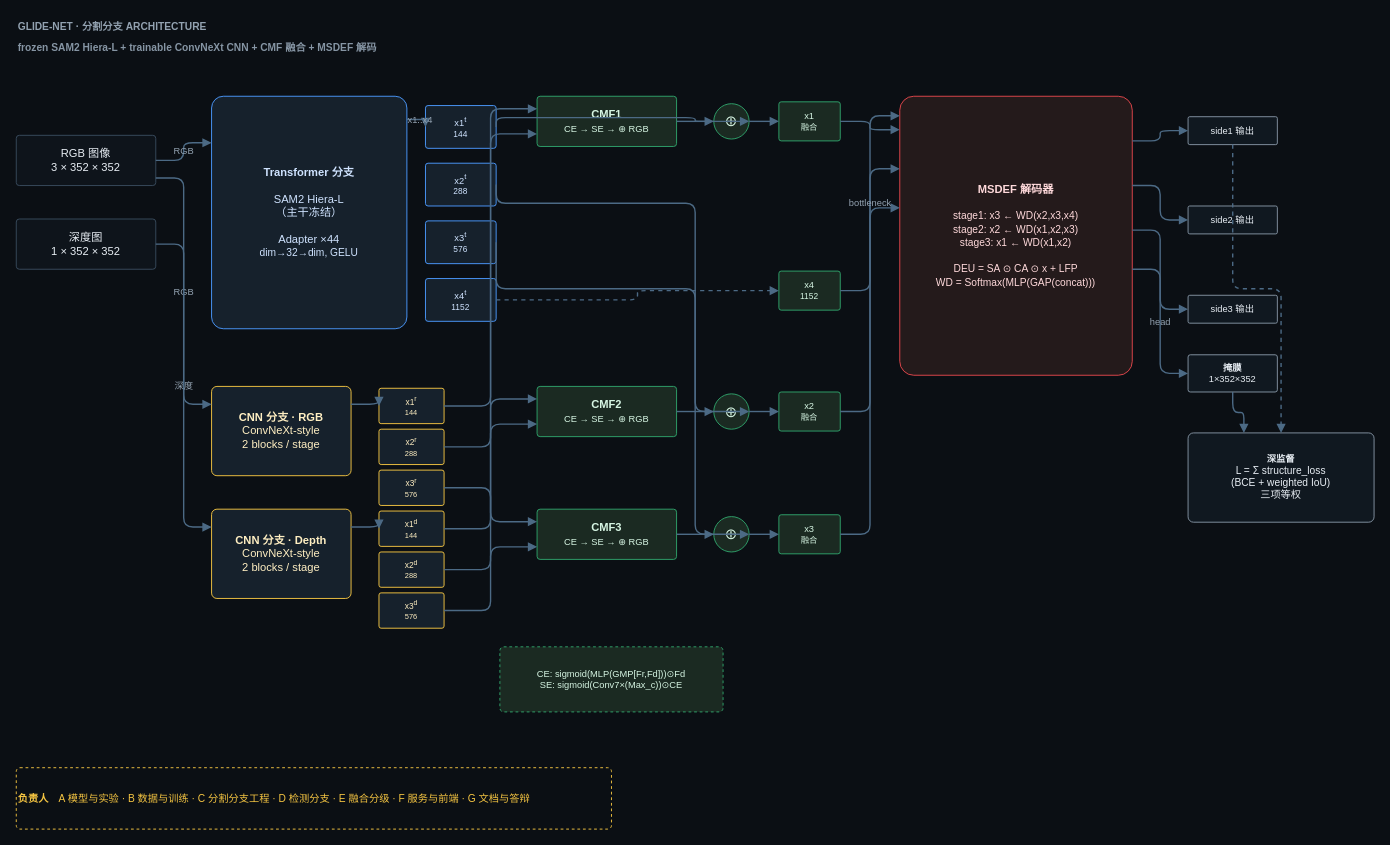
Above: docs/assets/glide-net-architecture.drawio in relight-developer/GLIDE-Net (draw.io), before the change. Source tidied: cells renumbered, new cells numbered last; positions are measured from the earlier drawing's top-left corner, leaving out a move shared by most shapes. Both pictures are drawn from the tidied source at 93%, with x=0, y=0 at pixel (16, 16).
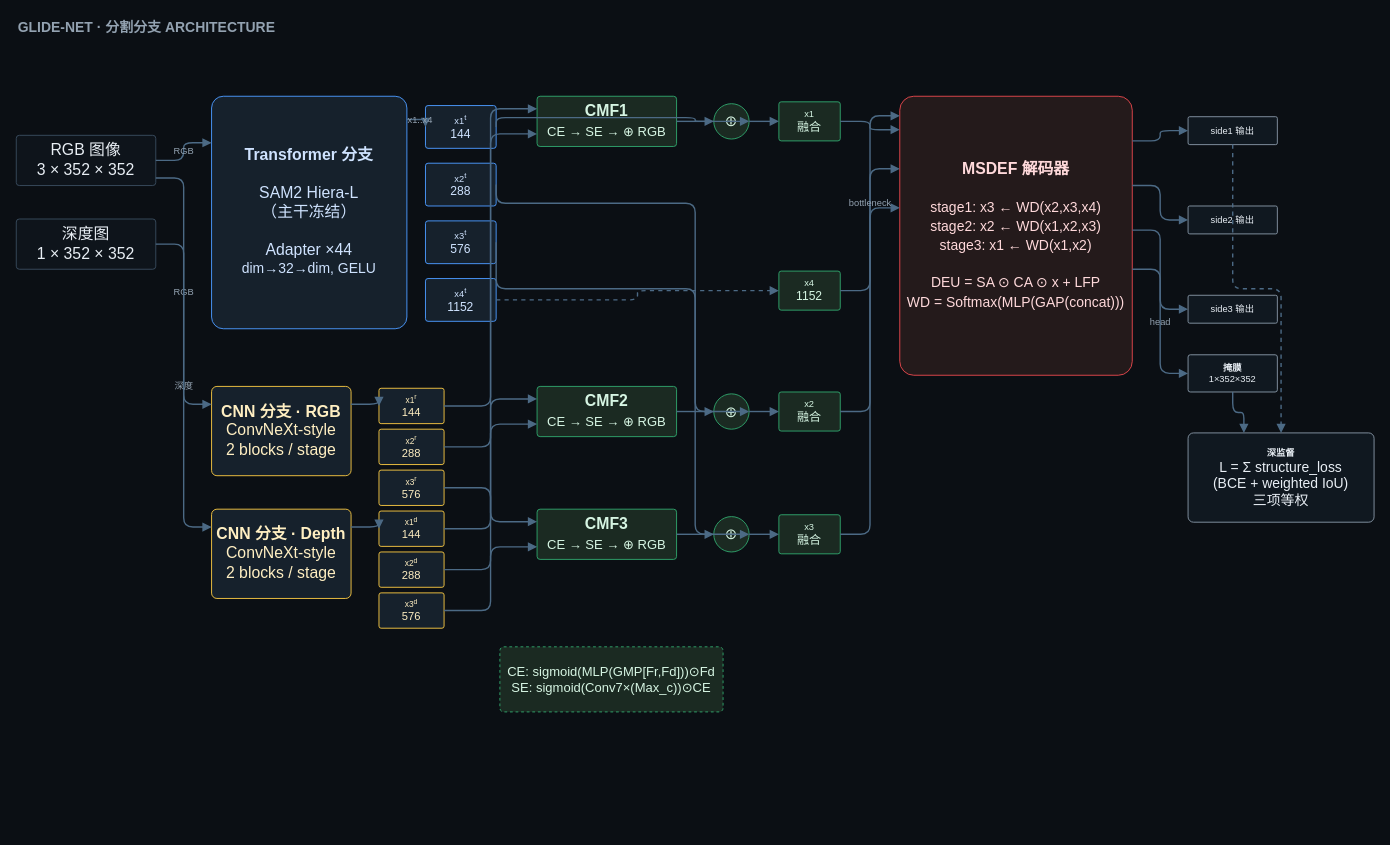
The same page after the edit.

What changed in the source:
```diff
@@
-    <mxCell id="2" value="GLIDE-NET · 分割分支 ARCHITECTURE" style="text;html=1;align=left;verticalAlign=middle;fontColor=#93A2B1;fontSize=11;fontFamily=Helvetica;fontStyle=1;letterSpacing=1;" parent="1" vertex="1">
+    <mxCell id="2" value="GLIDE-NET · 分割分支 ARCHITECTURE" style="text;html=1;align=left;verticalAlign=middle;fontColor=#93A2B1;fontSize=15;fontFamily=Helvetica;fontStyle=1;letterSpacing=1;" parent="1" vertex="1">
       <mxGeometry width="700" height="22" as="geometry" />
     </mxCell>
-    <mxCell id="3" value="frozen SAM2 Hiera-L + trainable ConvNeXt CNN + CMF 融合 + MSDEF 解码" style="text;html=1;align=left;verticalAlign=middle;fontColor=#8695A4;fontSize=11;fontFamily=Helvetica;fontStyle=1;letterSpacing=1;" parent="1" vertex="1">
-      <mxGeometry y="24" width="900" height="20" as="geometry" />
-    </mxCell>
-    <mxCell id="4" value="RGB 图像&#10;3 × 352 × 352" style="rounded=1;whiteSpace=wrap;html=1;fillColor=#0E141B;strokeColor=#3A4C5E;fontColor=#E8EEF4;fontFamily=Helvetica;fontSize=12;verticalAlign=middle;arcSize=6;" parent="1" vertex="1">
+    <mxCell id="4" value="RGB 图像&#10;3 × 352 × 352" style="rounded=1;whiteSpace=wrap;html=1;fillColor=#0E141B;strokeColor=#3A4C5E;fontColor=#E8EEF4;fontFamily=Helvetica;fontSize=17;verticalAlign=middle;arcSize=6;" parent="1" vertex="1">
       <mxGeometry y="128" width="150" height="54" as="geometry" />
     </mxCell>
-    <mxCell id="5" value="深度图&#10;1 × 352 × 352" style="rounded=1;whiteSpace=wrap;html=1;fillColor=#0E141B;strokeColor=#3A4C5E;fontColor=#E8EEF4;fontFamily=Helvetica;fontSize=12;verticalAlign=middle;arcSize=6;" parent="1" vertex="1">
+    <mxCell id="5" value="深度图&#10;1 × 352 × 352" style="rounded=1;whiteSpace=wrap;html=1;fillColor=#0E141B;strokeColor=#3A4C5E;fontColor=#E8EEF4;fontFamily=Helvetica;fontSize=17;verticalAlign=middle;arcSize=6;" parent="1" vertex="1">
       <mxGeometry y="218" width="150" height="54" as="geometry" />
     </mxCell>
-    <mxCell id="6" value="&lt;b&gt;Transformer 分支&lt;/b&gt;&lt;br/&gt;&lt;br/&gt;SAM2 Hiera-L&lt;br/&gt;（主干冻结）&lt;br/&gt;&lt;br/&gt;Adapter ×44&lt;br/&gt;&lt;span style='font-size:11px'&gt;dim→32→dim, GELU&lt;/span&gt;" style="rounded=1;whiteSpace=wrap;html=1;fillColor=#16212C;strokeColor=#4C9AFF;fontColor=#CFE3FF;fontFamily=Helvetica;fontSize=12;verticalAlign=middle;arcSize=6;" parent="1" vertex="1">
+    <mxCell id="6" value="&lt;b&gt;Transformer 分支&lt;/b&gt;&lt;br/&gt;&lt;br/&gt;SAM2 Hiera-L&lt;br/&gt;（主干冻结）&lt;br/&gt;&lt;br/&gt;Adapter ×44&lt;br/&gt;&lt;span style='font-size:15px'&gt;dim→32→dim, GELU&lt;/span&gt;" style="rounded=1;whiteSpace=wrap;html=1;fillColor=#16212C;strokeColor=#4C9AFF;fontColor=#CFE3FF;fontFamily=Helvetica;fontSize=17;verticalAlign=middle;arcSize=6;" parent="1" vertex="1">
       <mxGeometry x="210" y="86" width="210" height="250" as="geometry" />
     </mxCell>
-    <mxCell id="7" value="x1&lt;sup&gt;t&lt;/sup&gt;&lt;br/&gt;&lt;span style='font-size:9px'&gt;144&lt;/span&gt;" style="rounded=1;whiteSpace=wrap;html=1;fillColor=#16212C;strokeColor=#4C9AFF;fontColor=#CFE3FF;fontFamily=Helvetica;fontSize=12;verticalAlign=middle;arcSize=6;fontSize=10;" parent="1" vertex="1">
+    <mxCell id="7" value="x1&lt;sup&gt;t&lt;/sup&gt;&lt;br/&gt;&lt;span style='font-size:13px'&gt;144&lt;/span&gt;" style="rounded=1;whiteSpace=wrap;html=1;fillColor=#16212C;strokeColor=#4C9AFF;fontColor=#CFE3FF;fontFamily=Helvetica;fontSize=17;verticalAlign=middle;arcSize=6;fontSize=10;" parent="1" vertex="1">
       <mxGeometry x="440" y="96" width="76" height="46" as="geometry" />
     </mxCell>
-    <mxCell id="8" value="x2&lt;sup&gt;t&lt;/sup&gt;&lt;br/&gt;&lt;span style='font-size:9px'&gt;288&lt;/span&gt;" style="rounded=1;whiteSpace=wrap;html=1;fillColor=#16212C;strokeColor=#4C9AFF;fontColor=#CFE3FF;fontFamily=Helvetica;fontSize=12;verticalAlign=middle;arcSize=6;fontSize=10;" parent="1" vertex="1">
+    <mxCell id="8" value="x2&lt;sup&gt;t&lt;/sup&gt;&lt;br/&gt;&lt;span style='font-size:13px'&gt;288&lt;/span&gt;" style="rounded=1;whiteSpace=wrap;html=1;fillColor=#16212C;strokeColor=#4C9AFF;fontColor=#CFE3FF;fontFamily=Helvetica;fontSize=17;verticalAlign=middle;arcSize=6;fontSize=10;" parent="1" vertex="1">
       <mxGeometry x="440" y="158" width="76" height="46" as="geometry" />
     </mxCell>
-    <mxCell id="9" value="x3&lt;sup&gt;t&lt;/sup&gt;&lt;br/&gt;&lt;span style='font-size:9px'&gt;576&lt;/span&gt;" style="rounded=1;whiteSpace=wrap;html=1;fillColor=#16212C;strokeColor=#4C9AFF;fontColor=#CFE3FF;fontFamily=Helvetica;fontSize=12;verticalAlign=middle;arcSize=6;fontSize=10;" parent="1" vertex="1">
+    <mxCell id="9" value="x3&lt;sup&gt;t&lt;/sup&gt;&lt;br/&gt;&lt;span style='font-size:13px'&gt;576&lt;/span&gt;" style="rounded=1;whiteSpace=wrap;html=1;fillColor=#16212C;strokeColor=#4C9AFF;fontColor=#CFE3FF;fontFamily=Helvetica;fontSize=17;verticalAlign=middle;arcSize=6;fontSize=10;" parent="1" vertex="1">
       <mxGeometry x="440" y="220" width="76" height="46" as="geometry" />
     </mxCell>
-    <mxCell id="10" value="x4&lt;sup&gt;t&lt;/sup&gt;&lt;br/&gt;&lt;span style='font-size:9px'&gt;1152&lt;/span&gt;" style="rounded=1;whiteSpace=wrap;html=1;fillColor=#16212C;strokeColor=#4C9AFF;fontColor=#CFE3FF;fontFamily=Helvetica;fontSize=12;verticalAlign=middle;arcSize=6;fontSize=10;" parent="1" vertex="1">
+    <mxCell id="10" value="x4&lt;sup&gt;t&lt;/sup&gt;&lt;br/&gt;&lt;span style='font-size:13px'&gt;1152&lt;/span&gt;" style="rounded=1;whiteSpace=wrap;html=1;fillColor=#16212C;strokeColor=#4C9AFF;fontColor=#CFE3FF;fontFamily=Helvetica;fontSize=17;verticalAlign=middle;arcSize=6;fontSize=10;" parent="1" vertex="1">
       <mxGeometry x="440" y="282" width="76" height="46" as="geometry" />
     </mxCell>
-    <mxCell id="11" value="&lt;b&gt;CNN 分支 · RGB&lt;/b&gt;&lt;br/&gt;ConvNeXt-style&lt;br/&gt;2 blocks / stage" style="rounded=1;whiteSpace=wrap;html=1;fillColor=#16212C;strokeColor=#F5C542;fontColor=#FFEFC2;fontFamily=Helvetica;fontSize=12;verticalAlign=middle;arcSize=6;" parent="1" vertex="1">
+    <mxCell id="11" value="&lt;b&gt;CNN 分支 · RGB&lt;/b&gt;&lt;br/&gt;ConvNeXt-style&lt;br/&gt;2 blocks / stage" style="rounded=1;whiteSpace=wrap;html=1;fillColor=#16212C;strokeColor=#F5C542;fontColor=#FFEFC2;fontFamily=Helvetica;fontSize=17;verticalAlign=middle;arcSize=6;" parent="1" vertex="1">
       <mxGeometry x="210" y="398" width="150" height="96" as="geometry" />
     </mxCell>
-    <mxCell id="12" value="&lt;b&gt;CNN 分支 · Depth&lt;/b&gt;&lt;br/&gt;ConvNeXt-style&lt;br/&gt;2 blocks / stage" style="rounded=1;whiteSpace=wrap;html=1;fillColor=#16212C;strokeColor=#F5C542;fontColor=#FFEFC2;fontFamily=Helvetica;fontSize=12;verticalAlign=middle;arcSize=6;" parent="1" vertex="1">
+    <mxCell id="12" value="&lt;b&gt;CNN 分支 · Depth&lt;/b&gt;&lt;br/&gt;ConvNeXt-style&lt;br/&gt;2 blocks / stage" style="rounded=1;whiteSpace=wrap;html=1;fillColor=#16212C;strokeColor=#F5C542;fontColor=#FFEFC2;fontFamily=Helvetica;fontSize=17;verticalAlign=middle;arcSize=6;" parent="1" vertex="1">
       <mxGeometry x="210" y="530" width="150" height="96" as="geometry" />
     </mxCell>
-    <mxCell id="13" value="x1&lt;sup&gt;r&lt;/sup&gt;&lt;br/&gt;&lt;span style='font-size:8px'&gt;144&lt;/span&gt;" style="rounded=1;whiteSpace=wrap;html=1;fillColor=#16212C;strokeColor=#F5C542;fontColor=#FFEFC2;fontFamily=Helvetica;fontSize=12;verticalAlign=middle;arcSize=6;fontSize=9;" parent="1" vertex="1">
+    <mxCell id="13" value="x1&lt;sup&gt;r&lt;/sup&gt;&lt;br/&gt;&lt;span style='font-size:12px'&gt;144&lt;/span&gt;" style="rounded=1;whiteSpace=wrap;html=1;fillColor=#16212C;strokeColor=#F5C542;fontColor=#FFEFC2;fontFamily=Helvetica;fontSize=17;verticalAlign=middle;arcSize=6;fontSize=9;" parent="1" vertex="1">
       <mxGeometry x="390" y="400" width="70" height="38" as="geometry" />
     </mxCell>
-    <mxCell id="14" value="x2&lt;sup&gt;r&lt;/sup&gt;&lt;br/&gt;&lt;span style='font-size:8px'&gt;288&lt;/span&gt;" style="rounded=1;whiteSpace=wrap;html=1;fillColor=#16212C;strokeColor=#F5C542;fontColor=#FFEFC2;fontFamily=Helvetica;fontSize=12;verticalAlign=middle;arcSize=6;fontSize=9;" parent="1" vertex="1">
+    <mxCell id="14" value="x2&lt;sup&gt;r&lt;/sup&gt;&lt;br/&gt;&lt;span style='font-size:12px'&gt;288&lt;/span&gt;" style="rounded=1;whiteSpace=wrap;html=1;fillColor=#16212C;strokeColor=#F5C542;fontColor=#FFEFC2;fontFamily=Helvetica;fontSize=17;verticalAlign=middle;arcSize=6;fontSize=9;" parent="1" vertex="1">
       <mxGeometry x="390" y="444" width="70" height="38" as="geometry" />
     </mxCell>
-    <mxCell id="15" value="x3&lt;sup&gt;r&lt;/sup&gt;&lt;br/&gt;&lt;span style='font-size:8px'&gt;576&lt;/span&gt;" style="rounded=1;whiteSpace=wrap;html=1;fillColor=#16212C;strokeColor=#F5C542;fontColor=#FFEFC2;fontFamily=Helvetica;fontSize=12;verticalAlign=middle;arcSize=6;fontSize=9;" parent="1" vertex="1">
+    <mxCell id="15" value="x3&lt;sup&gt;r&lt;/sup&gt;&lt;br/&gt;&lt;span style='font-size:12px'&gt;576&lt;/span&gt;" style="rounded=1;whiteSpace=wrap;html=1;fillColor=#16212C;strokeColor=#F5C542;fontColor=#FFEFC2;fontFamily=Helvetica;fontSize=17;verticalAlign=middle;arcSize=6;fontSize=9;" parent="1" vertex="1">
       <mxGeometry x="390" y="488" width="70" height="38" as="geometry" />
     </mxCell>
-    <mxCell id="16" value="x1&lt;sup&gt;d&lt;/sup&gt;&lt;br/&gt;&lt;span style='font-size:8px'&gt;144&lt;/span&gt;" style="rounded=1;whiteSpace=wrap;html=1;fillColor=#16212C;strokeColor=#F5C542;fontColor=#FFEFC2;fontFamily=Helvetica;fontSize=12;verticalAlign=middle;arcSize=6;fontSize=9;" parent="1" vertex="1">
+    <mxCell id="16" value="x1&lt;sup&gt;d&lt;/sup&gt;&lt;br/&gt;&lt;span style='font-size:12px'&gt;144&lt;/span&gt;" style="rounded=1;whiteSpace=wrap;html=1;fillColor=#16212C;strokeColor=#F5C542;fontColor=#FFEFC2;fontFamily=Helvetica;fontSize=17;verticalAlign=middle;arcSize=6;fontSize=9;" parent="1" vertex="1">
       <mxGeometry x="390" y="532" width="70" height="38" as="geometry" />
     </mxCell>
-    <mxCell id="17" value="x2&lt;sup&gt;d&lt;/sup&gt;&lt;br/&gt;&lt;span style='font-size:8px'&gt;288&lt;/span&gt;" style="rounded=1;whiteSpace=wrap;html=1;fillColor=#16212C;strokeColor=#F5C542;fontColor=#FFEFC2;fontFamily=Helvetica;fontSize=12;verticalAlign=middle;arcSize=6;fontSize=9;" parent="1" vertex="1">
+    <mxCell id="17" value="x2&lt;sup&gt;d&lt;/sup&gt;&lt;br/&gt;&lt;span style='font-size:12px'&gt;288&lt;/span&gt;" style="rounded=1;whiteSpace=wrap;html=1;fillColor=#16212C;strokeColor=#F5C542;fontColor=#FFEFC2;fontFamily=Helvetica;fontSize=17;verticalAlign=middle;arcSize=6;fontSize=9;" parent="1" vertex="1">
       <mxGeometry x="390" y="576" width="70" height="38" as="geometry" />
     </mxCell>
-    <mxCell id="18" value="x3&lt;sup&gt;d&lt;/sup&gt;&lt;br/&gt;&lt;span style='font-size:8px'&gt;576&lt;/span&gt;" style="rounded=1;whiteSpace=wrap;html=1;fillColor=#16212C;strokeColor=#F5C542;fontColor=#FFEFC2;fontFamily=Helvetica;fontSize=12;verticalAlign=middle;arcSize=6;fontSize=9;" parent="1" vertex="1">
+    <mxCell id="18" value="x3&lt;sup&gt;d&lt;/sup&gt;&lt;br/&gt;&lt;span style='font-size:12px'&gt;576&lt;/span&gt;" style="rounded=1;whiteSpace=wrap;html=1;fillColor=#16212C;strokeColor=#F5C542;fontColor=#FFEFC2;fontFamily=Helvetica;fontSize=17;verticalAlign=middle;arcSize=6;fontSize=9;" parent="1" vertex="1">
       <mxGeometry x="390" y="620" width="70" height="38" as="geometry" />
     </mxCell>
-    <mxCell id="19" value="&lt;b&gt;CMF1&lt;/b&gt;&lt;br/&gt;&lt;span style='font-size:10px'&gt;CE → SE → ⊕ RGB&lt;/span&gt;" style="rounded=1;whiteSpace=wrap;html=1;fillColor=#1B2A22;strokeColor=#30A46C;fontColor=#D6F5E3;fontFamily=Helvetica;fontSize=12;verticalAlign=middle;arcSize=6;" parent="1" vertex="1">
+    <mxCell id="19" value="&lt;b&gt;CMF1&lt;/b&gt;&lt;br/&gt;&lt;span style='font-size:14px'&gt;CE → SE → ⊕ RGB&lt;/span&gt;" style="rounded=1;whiteSpace=wrap;html=1;fillColor=#1B2A22;strokeColor=#30A46C;fontColor=#D6F5E3;fontFamily=Helvetica;fontSize=17;verticalAlign=middle;arcSize=6;" parent="1" vertex="1">
       <mxGeometry x="560" y="86" width="150" height="54" as="geometry" />
     </mxCell>
-    <mxCell id="20" value="&lt;b&gt;CMF2&lt;/b&gt;&lt;br/&gt;&lt;span style='font-size:10px'&gt;CE → SE → ⊕ RGB&lt;/span&gt;" style="rounded=1;whiteSpace=wrap;html=1;fillColor=#1B2A22;strokeColor=#30A46C;fontColor=#D6F5E3;fontFamily=Helvetica;fontSize=12;verticalAlign=middle;arcSize=6;" parent="1" vertex="1">
+    <mxCell id="20" value="&lt;b&gt;CMF2&lt;/b&gt;&lt;br/&gt;&lt;span style='font-size:14px'&gt;CE → SE → ⊕ RGB&lt;/span&gt;" style="rounded=1;whiteSpace=wrap;html=1;fillColor=#1B2A22;strokeColor=#30A46C;fontColor=#D6F5E3;fontFamily=Helvetica;fontSize=17;verticalAlign=middle;arcSize=6;" parent="1" vertex="1">
       <mxGeometry x="560" y="398" width="150" height="54" as="geometry" />
     </mxCell>
-    <mxCell id="21" value="&lt;b&gt;CMF3&lt;/b&gt;&lt;br/&gt;&lt;span style='font-size:10px'&gt;CE → SE → ⊕ RGB&lt;/span&gt;" style="rounded=1;whiteSpace=wrap;html=1;fillColor=#1B2A22;strokeColor=#30A46C;fontColor=#D6F5E3;fontFamily=Helvetica;fontSize=12;verticalAlign=middle;arcSize=6;" parent="1" vertex="1">
+    <mxCell id="21" value="&lt;b&gt;CMF3&lt;/b&gt;&lt;br/&gt;&lt;span style='font-size:14px'&gt;CE → SE → ⊕ RGB&lt;/span&gt;" style="rounded=1;whiteSpace=wrap;html=1;fillColor=#1B2A22;strokeColor=#30A46C;fontColor=#D6F5E3;fontFamily=Helvetica;fontSize=17;verticalAlign=middle;arcSize=6;" parent="1" vertex="1">
       <mxGeometry x="560" y="530" width="150" height="54" as="geometry" />
     </mxCell>
-    <mxCell id="22" value="&lt;span style='font-size:10px'&gt;CE: sigmoid(MLP(GMP[Fr,Fd]))⊙Fd&lt;br/&gt;SE: sigmoid(Conv7×(Max_c))⊙CE&lt;/span&gt;" style="rounded=1;whiteSpace=wrap;html=1;fillColor=#1B2A22;strokeColor=#30A46C;fontColor=#D6F5E3;dashed=1;fontFamily=Helvetica;fontSize=12;verticalAlign=middle;arcSize=6;fontSize=10;" parent="1" vertex="1">
+    <mxCell id="22" value="&lt;span style='font-size:14px'&gt;CE: sigmoid(MLP(GMP[Fr,Fd]))⊙Fd&lt;br/&gt;SE: sigmoid(Conv7×(Max_c))⊙CE&lt;/span&gt;" style="rounded=1;whiteSpace=wrap;html=1;fillColor=#1B2A22;strokeColor=#30A46C;fontColor=#D6F5E3;dashed=1;fontFamily=Helvetica;fontSize=17;verticalAlign=middle;arcSize=6;fontSize=10;" parent="1" vertex="1">
       <mxGeometry x="520" y="678" width="240" height="70" as="geometry" />
     </mxCell>
@@
-    <mxCell id="24" value="x1&lt;br/&gt;&lt;span style='font-size:9px'&gt;融合&lt;/span&gt;" style="rounded=1;whiteSpace=wrap;html=1;fillColor=#1B2A22;strokeColor=#30A46C;fontColor=#D6F5E3;fontFamily=Helvetica;fontSize=12;verticalAlign=middle;arcSize=6;fontSize=10;" parent="1" vertex="1">
+    <mxCell id="24" value="x1&lt;br/&gt;&lt;span style='font-size:13px'&gt;融合&lt;/span&gt;" style="rounded=1;whiteSpace=wrap;html=1;fillColor=#1B2A22;strokeColor=#30A46C;fontColor=#D6F5E3;fontFamily=Helvetica;fontSize=17;verticalAlign=middle;arcSize=6;fontSize=10;" parent="1" vertex="1">
       <mxGeometry x="820" y="92" width="66" height="42" as="geometry" />
     </mxCell>
@@
-    <mxCell id="26" value="x2&lt;br/&gt;&lt;span style='font-size:9px'&gt;融合&lt;/span&gt;" style="rounded=1;whiteSpace=wrap;html=1;fillColor=#1B2A22;strokeColor=#30A46C;fontColor=#D6F5E3;fontFamily=Helvetica;fontSize=12;verticalAlign=middle;arcSize=6;fontSize=10;" parent="1" vertex="1">
+    <mxCell id="26" value="x2&lt;br/&gt;&lt;span style='font-size:13px'&gt;融合&lt;/span&gt;" style="rounded=1;whiteSpace=wrap;html=1;fillColor=#1B2A22;strokeColor=#30A46C;fontColor=#D6F5E3;fontFamily=Helvetica;fontSize=17;verticalAlign=middle;arcSize=6;fontSize=10;" parent="1" vertex="1">
       <mxGeometry x="820" y="404" width="66" height="42" as="geometry" />
     </mxCell>
@@
-    <mxCell id="28" value="x3&lt;br/&gt;&lt;span style='font-size:9px'&gt;融合&lt;/span&gt;" style="rounded=1;whiteSpace=wrap;html=1;fillColor=#1B2A22;strokeColor=#30A46C;fontColor=#D6F5E3;fontFamily=Helvetica;fontSize=12;verticalAlign=middle;arcSize=6;fontSize=10;" parent="1" vertex="1">
+    <mxCell id="28" value="x3&lt;br/&gt;&lt;span style='font-size:13px'&gt;融合&lt;/span&gt;" style="rounded=1;whiteSpace=wrap;html=1;fillColor=#1B2A22;strokeColor=#30A46C;fontColor=#D6F5E3;fontFamily=Helvetica;fontSize=17;verticalAlign=middle;arcSize=6;fontSize=10;" parent="1" vertex="1">
       <mxGeometry x="820" y="536" width="66" height="42" as="geometry" />
     </mxCell>
-    <mxCell id="29" value="x4&lt;br/&gt;&lt;span style='font-size:9px'&gt;1152&lt;/span&gt;" style="rounded=1;whiteSpace=wrap;html=1;fillColor=#1B2A22;strokeColor=#30A46C;fontColor=#D6F5E3;fontFamily=Helvetica;fontSize=12;verticalAlign=middle;arcSize=6;fontSize=10;" parent="1" vertex="1">
+    <mxCell id="29" value="x4&lt;br/&gt;&lt;span style='font-size:13px'&gt;1152&lt;/span&gt;" style="rounded=1;whiteSpace=wrap;html=1;fillColor=#1B2A22;strokeColor=#30A46C;fontColor=#D6F5E3;fontFamily=Helvetica;fontSize=17;verticalAlign=middle;arcSize=6;fontSize=10;" parent="1" vertex="1">
       <mxGeometry x="820" y="274" width="66" height="42" as="geometry" />
     </mxCell>
-    <mxCell id="30" value="&lt;b&gt;MSDEF 解码器&lt;/b&gt;&lt;br/&gt;&lt;br/&gt;&lt;span style='font-size:11px'&gt;stage1: x3 ← WD(x2,x3,x4)&lt;br/&gt;stage2: x2 ← WD(x1,x2,x3)&lt;br/&gt;stage3: x1 ← WD(x1,x2)&lt;/span&gt;&lt;br/&gt;&lt;br/&gt;&lt;span style='font-size:11px'&gt;DEU = SA ⊙ CA ⊙ x + LFP&lt;br/&gt;WD = Softmax(MLP(GAP(concat)))&lt;/span&gt;" style="rounded=1;whiteSpace=wrap;html=1;fillColor=#241A1B;strokeColor=#E5484D;fontColor=#FFD9DB;fontFamily=Helvetica;fontSize=12;verticalAlign=middle;arcSize=6;" parent="1" vertex="1">
+    <mxCell id="30" value="&lt;b&gt;MSDEF 解码器&lt;/b&gt;&lt;br/&gt;&lt;br/&gt;&lt;span style='font-size:15px'&gt;stage1: x3 ← WD(x2,x3,x4)&lt;br/&gt;stage2: x2 ← WD(x1,x2,x3)&lt;br/&gt;stage3: x1 ← WD(x1,x2)&lt;/span&gt;&lt;br/&gt;&lt;br/&gt;&lt;span style='font-size:15px'&gt;DEU = SA ⊙ CA ⊙ x + LFP&lt;br/&gt;WD = Softmax(MLP(GAP(concat)))&lt;/span&gt;" style="rounded=1;whiteSpace=wrap;html=1;fillColor=#241A1B;strokeColor=#E5484D;fontColor=#FFD9DB;fontFamily=Helvetica;fontSize=17;verticalAlign=middle;arcSize=6;" parent="1" vertex="1">
       <mxGeometry x="950" y="86" width="250" height="300" as="geometry" />
     </mxCell>
-    <mxCell id="31" value="side1 输出" style="rounded=1;whiteSpace=wrap;html=1;fillColor=#101820;strokeColor=#8695A4;fontColor=#E8EEF4;fontFamily=Helvetica;fontSize=12;verticalAlign=middle;arcSize=6;fontSize=10;" parent="1" vertex="1">
+    <mxCell id="31" value="side1 输出" style="rounded=1;whiteSpace=wrap;html=1;fillColor=#101820;strokeColor=#8695A4;fontColor=#E8EEF4;fontFamily=Helvetica;fontSize=17;verticalAlign=middle;arcSize=6;fontSize=10;" parent="1" vertex="1">
       <mxGeometry x="1260" y="108" width="96" height="30" as="geometry" />
     </mxCell>
-    <mxCell id="32" value="side2 输出" style="rounded=1;whiteSpace=wrap;html=1;fillColor=#101820;strokeColor=#8695A4;fontColor=#E8EEF4;fontFamily=Helvetica;fontSize=12;verticalAlign=middle;arcSize=6;fontSize=10;" parent="1" vertex="1">
+    <mxCell id="32" value="side2 输出" style="rounded=1;whiteSpace=wrap;html=1;fillColor=#101820;strokeColor=#8695A4;fontColor=#E8EEF4;fontFamily=Helvetica;fontSize=17;verticalAlign=middle;arcSize=6;fontSize=10;" parent="1" vertex="1">
       <mxGeometry x="1260" y="204" width="96" height="30" as="geometry" />
     </mxCell>
-    <mxCell id="33" value="side3 输出" style="rounded=1;whiteSpace=wrap;html=1;fillColor=#101820;strokeColor=#8695A4;fontColor=#E8EEF4;fontFamily=Helvetica;fontSize=12;verticalAlign=middle;arcSize=6;fontSize=10;" parent="1" vertex="1">
+    <mxCell id="33" value="side3 输出" style="rounded=1;whiteSpace=wrap;html=1;fillColor=#101820;strokeColor=#8695A4;fontColor=#E8EEF4;fontFamily=Helvetica;fontSize=17;verticalAlign=middle;arcSize=6;fontSize=10;" parent="1" vertex="1">
       <mxGeometry x="1260" y="300" width="96" height="30" as="geometry" />
     </mxCell>
-    <mxCell id="34" value="&lt;b&gt;掩膜&lt;/b&gt;&lt;br/&gt;1×352×352" style="rounded=1;whiteSpace=wrap;html=1;fillColor=#101820;strokeColor=#8695A4;fontColor=#E8EEF4;fontFamily=Helvetica;fontSize=12;verticalAlign=middle;arcSize=6;fontSize=10;" parent="1" vertex="1">
+    <mxCell id="34" value="&lt;b&gt;掩膜&lt;/b&gt;&lt;br/&gt;1×352×352" style="rounded=1;whiteSpace=wrap;html=1;fillColor=#101820;strokeColor=#8695A4;fontColor=#E8EEF4;fontFamily=Helvetica;fontSize=17;verticalAlign=middle;arcSize=6;fontSize=10;" parent="1" vertex="1">
       <mxGeometry x="1260" y="364" width="96" height="40" as="geometry" />
     </mxCell>
-    <mxCell id="35" value="&lt;b&gt;深监督&lt;/b&gt;&lt;br/&gt;&lt;span style='font-size:11px'&gt;L = Σ structure_loss&lt;br/&gt;(BCE + weighted IoU)&lt;br/&gt;三项等权&lt;/span&gt;" style="rounded=1;whiteSpace=wrap;html=1;fillColor=#101820;strokeColor=#8695A4;fontColor=#E8EEF4;fontFamily=Helvetica;fontSize=12;verticalAlign=middle;arcSize=6;fontSize=10;" parent="1" vertex="1">
+    <mxCell id="35" value="&lt;b&gt;深监督&lt;/b&gt;&lt;br/&gt;&lt;span style='font-size:15px'&gt;L = Σ structure_loss&lt;br/&gt;(BCE + weighted IoU)&lt;br/&gt;三项等权&lt;/span&gt;" style="rounded=1;whiteSpace=wrap;html=1;fillColor=#101820;strokeColor=#8695A4;fontColor=#E8EEF4;fontFamily=Helvetica;fontSize=17;verticalAlign=middle;arcSize=6;fontSize=10;" parent="1" vertex="1">
       <mxGeometry x="1260" y="448" width="200" height="96" as="geometry" />
     </mxCell>
-    <mxCell id="36" value="&lt;b&gt;负责人&lt;/b&gt;　A 模型与实验 · B 数据与训练 · C 分割分支工程 · D 检测分支 · E 融合分级 · F 服务与前端 · G 文档与答辩" style="rounded=1;whiteSpace=wrap;html=1;fillColor=#0B0F14;strokeColor=#F5C542;fontColor=#F5C542;dashed=1;fontFamily=Helvetica;fontSize=12;verticalAlign=middle;arcSize=6;fontSize=11;align=left;" parent="1" vertex="1">
-      <mxGeometry y="808" width="640" height="66" as="geometry" />
-    </mxCell>
```
